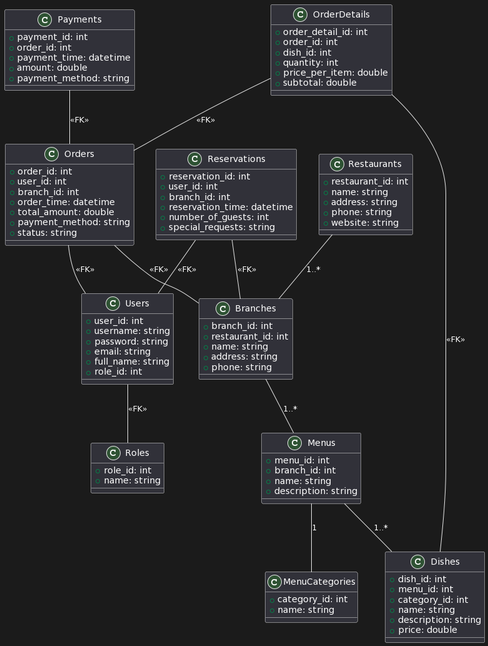
Earlier version of the PlantUML export class_orderFood.png (thuhienz0987/SE357_Pratice_class). The source it was exported from:
```plantuml
@startuml
class Users {
  +user_id: int
  +username: string
  +password: string
  +email: string
  +full_name: string
  +role_id: int
}

class Roles {
  +role_id: int
  +name: string
}

class Restaurants {
  +restaurant_id: int
  +name: string
  +address: string
  +phone: string
  +website: string
}

class Branches {
  +branch_id: int
  +restaurant_id: int
  +name: string
  +address: string
  +phone: string
}

class Menus {
  +menu_id: int
  +branch_id: int
  +name: string
  +description: string
}

class MenuCategories {
  +category_id: int
  +name: string
}

class Dishes {
  +dish_id: int
  +menu_id: int
  +category_id: int
  +name: string
  +description: string
  +price: double
}

class Reservations {
  +reservation_id: int
  +user_id: int
  +branch_id: int
  +reservation_time: datetime
  +number_of_guests: int
  +special_requests: string
}

class Orders {
  +order_id: int
  +user_id: int
  +branch_id: int
  +order_time: datetime
  +total_amount: double
  +payment_method: string
  +status: string
}

class OrderDetails {
  +order_detail_id: int
  +order_id: int
  +dish_id: int
  +quantity: int
  +price_per_item: double
  +subtotal: double
}

class Payments {
  +payment_id: int
  +order_id: int
  +payment_time: datetime
  +amount: double
  +payment_method: string
}

Users -- Roles: <<FK>>
Restaurants -- Branches: 1..*
Branches -- Menus: 1..*
Menus -- MenuCategories: 1
Menus -- Dishes: 1..*
Reservations -- Users: <<FK>>
Reservations -- Branches: <<FK>>
Orders -- Users: <<FK>>
Orders -- Branches: <<FK>>
OrderDetails -- Orders: <<FK>>
OrderDetails -- Dishes: <<FK>>
Payments -- Orders: <<FK>>
@enduml
```
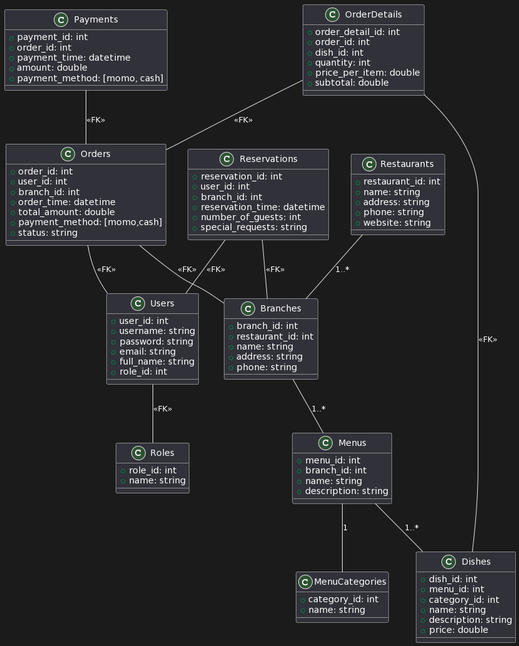
After the commit.

Change to the diagram source:
```diff
@@ -65,7 +65,7 @@
   +branch_id: int
   +order_time: datetime
   +total_amount: double
-  +payment_method: string
+  +payment_method: [momo,cash]
   +status: string
 }
 
@@ -83,7 +83,7 @@
   +order_id: int
   +payment_time: datetime
   +amount: double
-  +payment_method: string
+  +payment_method: [momo, cash]
 }
 
 Users -- Roles: <<FK>>
```
